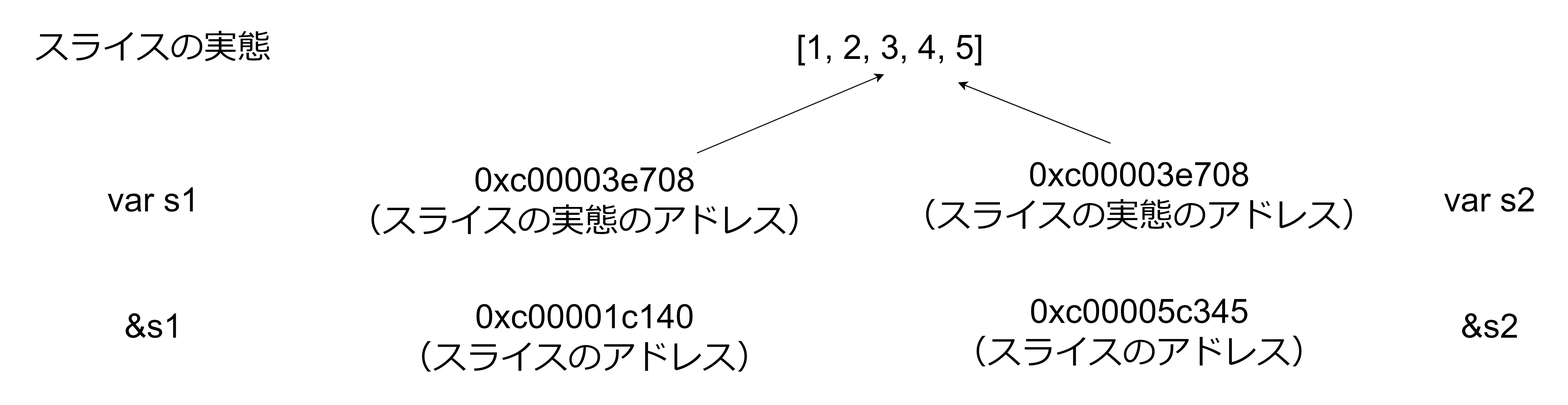
Before: Go/book/images/slice-slice.png, a diagram exported from draw.io (kuritaeiji/Memo). Source tidied: cells renumbered, new cells last; positions are measured from the earlier drawing's top-left corner, leaving out a move shared by most shapes. Source of this version:
```xml
<mxGraphModel>
  <root>
    <mxCell id="0" />
    <mxCell id="1" parent="0" />
    <mxCell id="2" value="[1, 2, 3, 4, 5]" style="text;html=1;align=center;verticalAlign=middle;points=[];strokeColor=none;fillColor=none;fontSize=32;" parent="1" vertex="1">
      <mxGeometry x="725" width="200" height="50" as="geometry" />
    </mxCell>
    <mxCell id="3" value="スライスの実態" style="text;html=1;align=center;verticalAlign=middle;strokeColor=none;fillColor=none;fontSize=32;" parent="1" vertex="1">
      <mxGeometry width="250" height="50" as="geometry" />
    </mxCell>
    <mxCell id="4" value="var s1" style="text;html=1;align=center;verticalAlign=middle;strokeColor=none;fillColor=none;fontSize=32;" parent="1" vertex="1">
      <mxGeometry x="70" y="145" width="110" height="50" as="geometry" />
    </mxCell>
    <mxCell id="5" value="0xc00003e708&lt;div&gt;（スライスの実態のアドレス）&lt;/div&gt;" style="text;html=1;align=center;verticalAlign=middle;points=[];strokeColor=none;fillColor=none;fontSize=32;" parent="1" vertex="1">
      <mxGeometry x="300" y="125" width="470" height="90" as="geometry" />
    </mxCell>
    <mxCell id="6" value="&amp;amp;s1" style="text;html=1;align=center;verticalAlign=middle;strokeColor=none;fillColor=none;fontSize=32;" parent="1" vertex="1">
      <mxGeometry x="85" y="265" width="80" height="50" as="geometry" />
    </mxCell>
    <mxCell id="7" value="0xc00001c140&lt;div&gt;（スライスのアドレス）&lt;/div&gt;" style="text;html=1;align=center;verticalAlign=middle;strokeColor=none;fillColor=none;fontSize=32;" parent="1" vertex="1">
      <mxGeometry x="345" y="255" width="380" height="90" as="geometry" />
    </mxCell>
    <mxCell id="8" value="var s2" style="text;html=1;align=center;verticalAlign=middle;strokeColor=none;fillColor=none;fontSize=32;" parent="1" vertex="1">
      <mxGeometry x="1340" y="145" width="110" height="50" as="geometry" />
    </mxCell>
    <mxCell id="9" value="0xc00003e708&lt;div&gt;（スライスの実態のアドレス）&lt;/div&gt;" style="text;html=1;align=center;verticalAlign=middle;points=[];strokeColor=none;fillColor=none;fontSize=32;" parent="1" vertex="1">
      <mxGeometry x="827" y="120" width="470" height="90" as="geometry" />
    </mxCell>
    <mxCell id="10" value="&amp;amp;s2" style="text;html=1;align=center;verticalAlign=middle;strokeColor=none;fillColor=none;fontSize=32;" parent="1" vertex="1">
      <mxGeometry x="1355" y="265" width="80" height="50" as="geometry" />
    </mxCell>
    <mxCell id="11" value="0xc00005c345&lt;div&gt;（スライスのアドレス）&lt;/div&gt;" style="text;html=1;align=center;verticalAlign=middle;strokeColor=none;fillColor=none;fontSize=32;" parent="1" vertex="1">
      <mxGeometry x="872" y="250" width="380" height="90" as="geometry" />
    </mxCell>
    <mxCell id="12" style="rounded=0;jettySize=auto;html=1;entryX=0.473;entryY=1.003;entryDx=0;entryDy=0;entryPerimeter=0;" parent="1" edge="1" source="5" target="2">
      <mxGeometry relative="1" as="geometry" />
    </mxCell>
    <mxCell id="13" style="rounded=0;jettySize=auto;html=1;entryX=0.824;entryY=1.157;entryDx=0;entryDy=0;entryPerimeter=0;exitX=0.442;exitY=-0.048;exitDx=0;exitDy=0;exitPerimeter=0;" parent="1" edge="1" source="9" target="2">
      <mxGeometry relative="1" as="geometry" />
    </mxCell>
  </root>
</mxGraphModel>
```
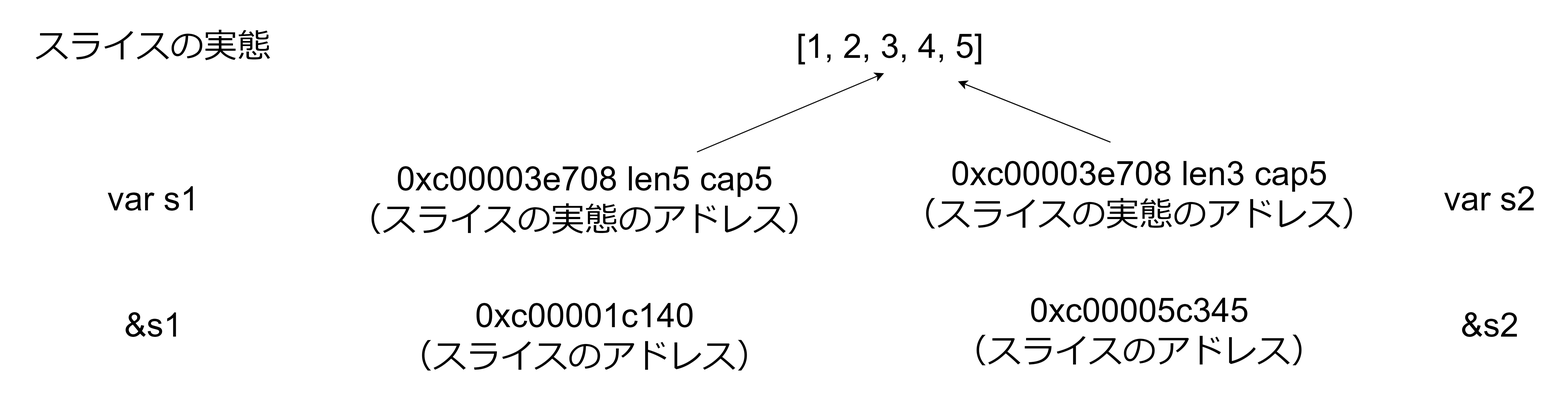
The same diagram one commit later.

The edit, as a diff of the source:
```diff
@@ -11,7 +11,7 @@
     <mxCell id="4" value="var s1" style="text;html=1;align=center;verticalAlign=middle;strokeColor=none;fillColor=none;fontSize=32;" parent="1" vertex="1">
       <mxGeometry x="70" y="145" width="110" height="50" as="geometry" />
     </mxCell>
-    <mxCell id="5" value="0xc00003e708&lt;div&gt;（スライスの実態のアドレス）&lt;/div&gt;" style="text;html=1;align=center;verticalAlign=middle;points=[];strokeColor=none;fillColor=none;fontSize=32;" parent="1" vertex="1">
+    <mxCell id="5" value="0xc00003e708 len5 cap5&lt;div&gt;（スライスの実態のアドレス）&lt;/div&gt;" style="text;html=1;align=center;verticalAlign=middle;points=[];strokeColor=none;fillColor=none;fontSize=32;" parent="1" vertex="1">
       <mxGeometry x="300" y="125" width="470" height="90" as="geometry" />
     </mxCell>
     <mxCell id="6" value="&amp;amp;s1" style="text;html=1;align=center;verticalAlign=middle;strokeColor=none;fillColor=none;fontSize=32;" parent="1" vertex="1">
@@ -23,7 +23,7 @@
     <mxCell id="8" value="var s2" style="text;html=1;align=center;verticalAlign=middle;strokeColor=none;fillColor=none;fontSize=32;" parent="1" vertex="1">
       <mxGeometry x="1340" y="145" width="110" height="50" as="geometry" />
     </mxCell>
-    <mxCell id="9" value="0xc00003e708&lt;div&gt;（スライスの実態のアドレス）&lt;/div&gt;" style="text;html=1;align=center;verticalAlign=middle;points=[];strokeColor=none;fillColor=none;fontSize=32;" parent="1" vertex="1">
+    <mxCell id="9" value="0xc00003e708 len3 cap5&lt;div&gt;（スライスの実態のアドレス）&lt;/div&gt;" style="text;html=1;align=center;verticalAlign=middle;points=[];strokeColor=none;fillColor=none;fontSize=32;" parent="1" vertex="1">
       <mxGeometry x="827" y="120" width="470" height="90" as="geometry" />
     </mxCell>
     <mxCell id="10" value="&amp;amp;s2" style="text;html=1;align=center;verticalAlign=middle;strokeColor=none;fillColor=none;fontSize=32;" parent="1" vertex="1">
```
